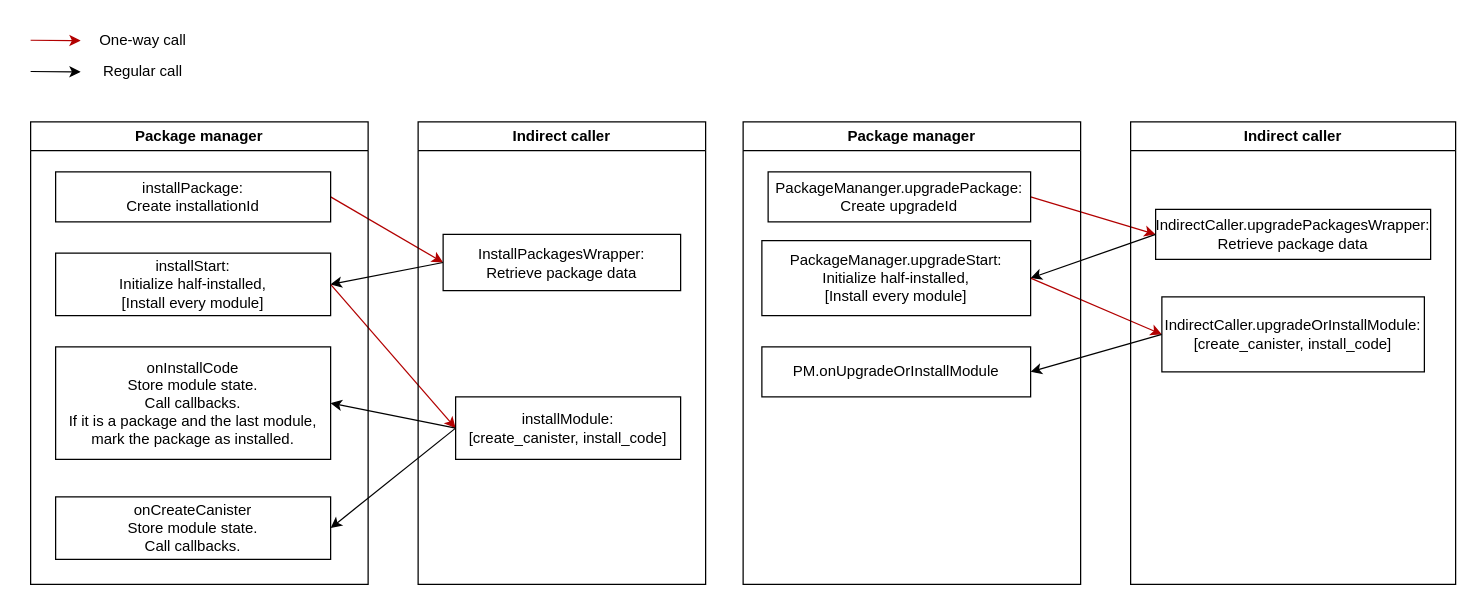
The draw.io diagram page "Page-1" (1 of 2) of docs/calls.drawio in vporton/icp-package-manager, before the edit. Source tidied: cells renumbered, new cells numbered last; positions are measured from the earlier drawing's top-left corner, leaving out a move shared by most shapes. Both pictures are drawn from the tidied source at 125%, with x=0, y=0 at pixel (30, 21).
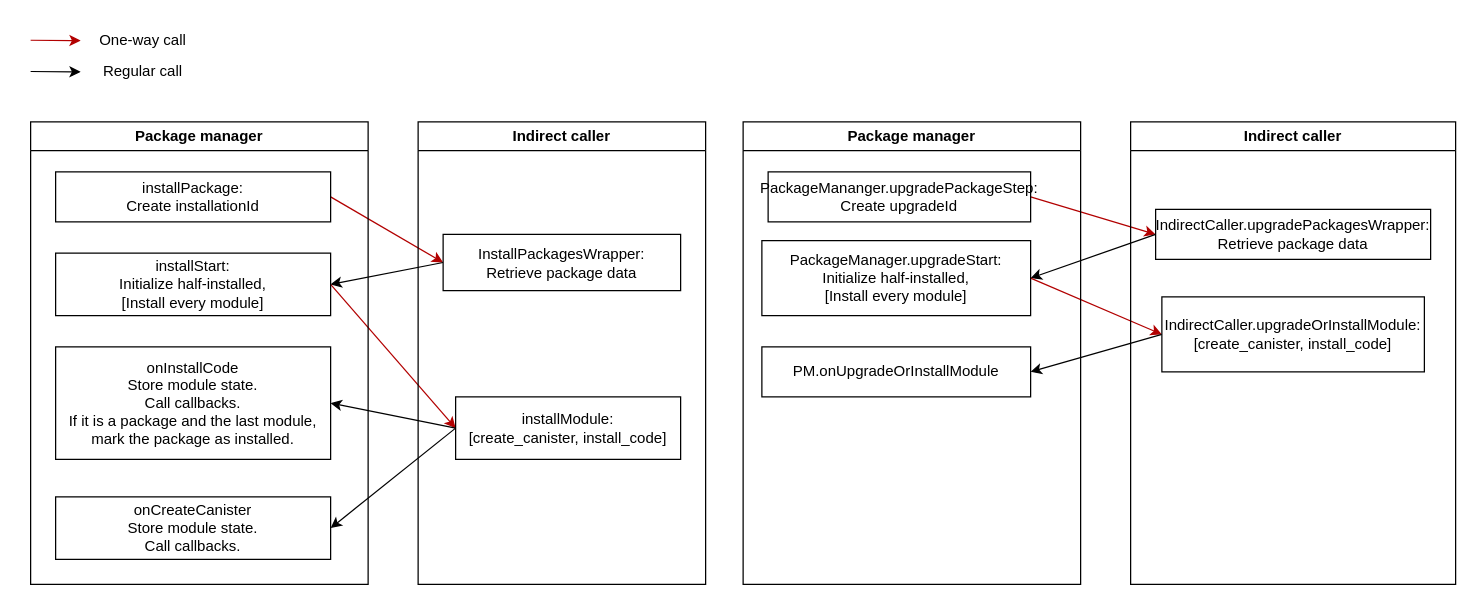
The same diagram, later.

The change refers to these unchanged cells:
```xml
<mxCell id="23" value="Package manager" style="swimlane;whiteSpace=wrap;html=1;" parent="1" vertex="1">
  <mxGeometry x="570" y="80" width="270" height="370" as="geometry" />
</mxCell>
```

Diff of the diagram source:
```diff
@@
-    <mxCell id="24" value="PackageMananger.upgradePackage:&lt;br&gt;Create upgradeId" style="rounded=0;whiteSpace=wrap;html=1;" parent="23" vertex="1">
+    <mxCell id="24" value="PackageMananger.upgradePackageStep:&lt;br&gt;Create upgradeId" style="rounded=0;whiteSpace=wrap;html=1;" parent="23" vertex="1">
       <mxGeometry x="20" y="40" width="210" height="40" as="geometry" />
     </mxCell>
```
